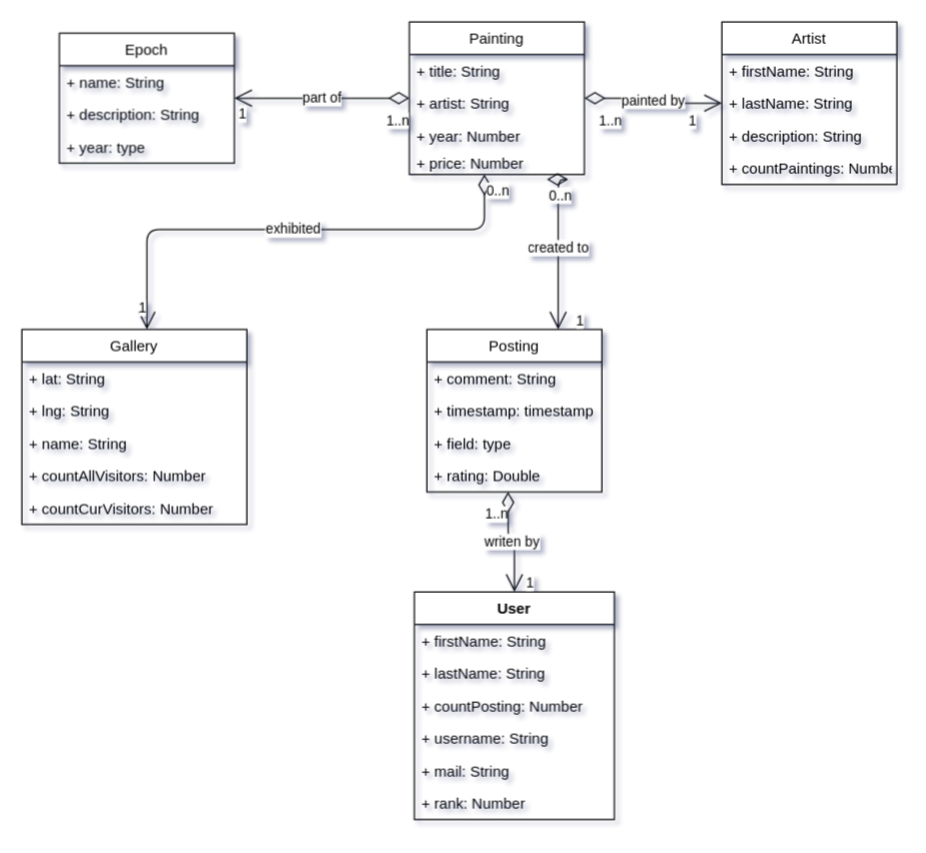
Above: diagrams/schemas.drawio in KonsumGandalf/AsteoBackend (draw.io), before the change. Source tidied: cells renumbered, new cells numbered last; positions are measured from the earlier drawing's top-left corner, leaving out a move shared by most shapes. Both pictures are drawn from the tidied source at 125%, with x=0, y=0 at pixel (21, 21).
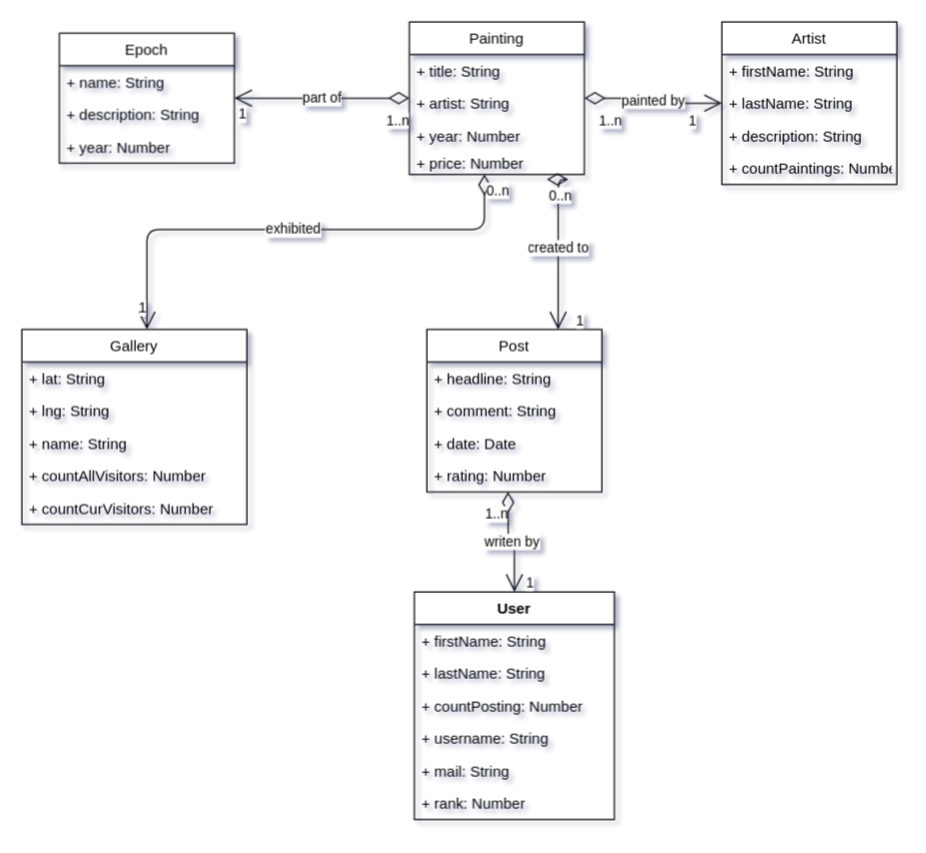
Above is the later version.

The change refers to these unchanged cells:
```xml
<mxCell id="7" value="Epoch" style="swimlane;fontStyle=0;horizontal=1;startSize=26;fillColor=default;" parent="1" vertex="1">
  <mxGeometry x="30" y="9" width="140" height="104" as="geometry" />
</mxCell>
```

Change to the diagram source:
```diff
@@
-    <mxCell id="10" value="+ year: type" style="text;strokeColor=none;fillColor=none;align=left;verticalAlign=top;spacingLeft=4;spacingRight=4;overflow=hidden;" parent="7" vertex="1">
+    <mxCell id="10" value="+ year: Number" style="text;strokeColor=none;fillColor=none;align=left;verticalAlign=top;spacingLeft=4;spacingRight=4;overflow=hidden;" parent="7" vertex="1">
       <mxGeometry y="78" width="140" height="26" as="geometry" />
     </mxCell>
@@
-    <mxCell id="29" value="Posting" style="swimlane;fontStyle=0;horizontal=1;startSize=26;fillColor=default;" parent="1" vertex="1">
+    <mxCell id="29" value="Post" style="swimlane;fontStyle=0;horizontal=1;startSize=26;fillColor=default;" parent="1" vertex="1">
       <mxGeometry x="324" y="246" width="140" height="130" as="geometry" />
     </mxCell>
-    <mxCell id="30" value="+ comment: String" style="text;strokeColor=none;fillColor=none;align=left;verticalAlign=top;spacingLeft=4;spacingRight=4;overflow=hidden;" parent="29" vertex="1">
+    <mxCell id="30" value="+ headline: String" style="text;strokeColor=none;fillColor=none;align=left;verticalAlign=top;spacingLeft=4;spacingRight=4;overflow=hidden;" parent="29" vertex="1">
       <mxGeometry y="26" width="140" height="26" as="geometry" />
     </mxCell>
+    <mxCell id="49" value="+ comment: String" style="text;strokeColor=none;fillColor=none;align=left;verticalAlign=top;spacingLeft=4;spacingRight=4;overflow=hidden;" parent="29" vertex="1">
+      <mxGeometry y="52" width="140" height="26" as="geometry" />
+    </mxCell>
-    <mxCell id="31" value="+ timestamp: timestamp" style="text;strokeColor=none;fillColor=none;align=left;verticalAlign=top;spacingLeft=4;spacingRight=4;overflow=hidden;" parent="29" vertex="1">
-      <mxGeometry y="52" width="140" height="26" as="geometry" />
+    <mxCell id="31" value="+ date: Date" style="text;strokeColor=none;fillColor=none;align=left;verticalAlign=top;spacingLeft=4;spacingRight=4;overflow=hidden;" parent="29" vertex="1">
+      <mxGeometry y="78" width="140" height="26" as="geometry" />
     </mxCell>
-    <mxCell id="32" value="+ field: type" style="text;strokeColor=none;fillColor=none;align=left;verticalAlign=top;spacingLeft=4;spacingRight=4;overflow=hidden;" parent="29" vertex="1">
-      <mxGeometry y="78" width="140" height="26" as="geometry" />
-    </mxCell>
-    <mxCell id="33" value="+ rating: Double&#10;" style="text;strokeColor=none;fillColor=none;align=left;verticalAlign=top;spacingLeft=4;spacingRight=4;overflow=hidden;points=[[0,0.5],[1,0.5]];portConstraint=eastwest;" parent="29" vertex="1">
+    <mxCell id="33" value="+ rating: Number&#10;" style="text;strokeColor=none;fillColor=none;align=left;verticalAlign=top;spacingLeft=4;spacingRight=4;overflow=hidden;points=[[0,0.5],[1,0.5]];portConstraint=eastwest;" parent="29" vertex="1">
       <mxGeometry y="104" width="140" height="26" as="geometry" />
     </mxCell>
```
